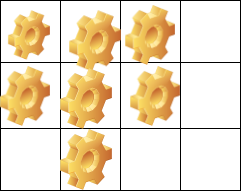
Earlier version of the draw.io export Untitled Diagram.png (CodeAlag/CodeAlag.github.io). Source tidied: cells renumbered, new cells last; positions are measured from the earlier drawing's top-left corner, leaving out a move shared by most shapes.
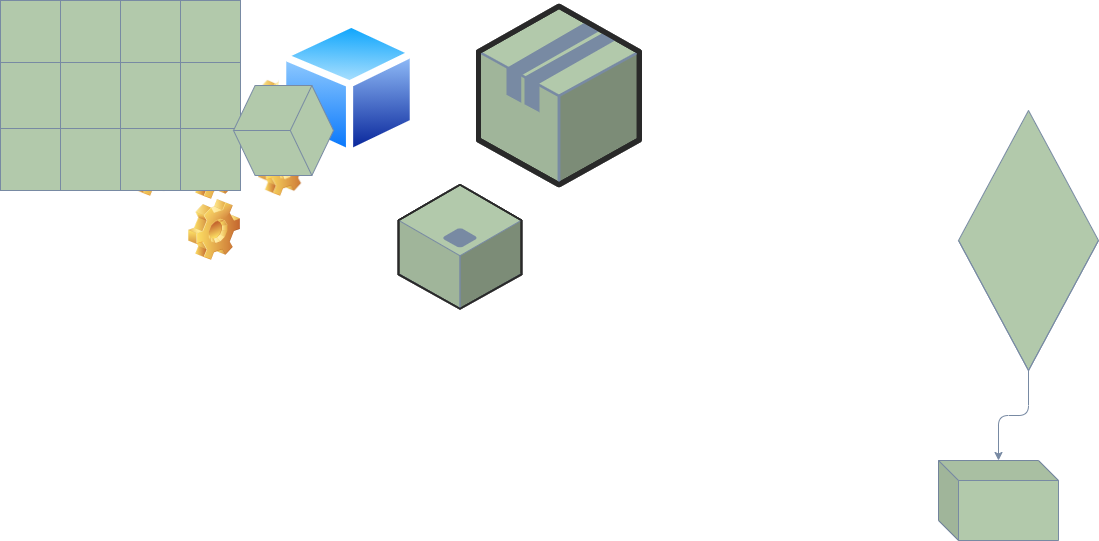
Later version of the same file.

What changed in the source:
```diff
@@ -2,74 +2,100 @@
   <root>
     <mxCell id="0" />
     <mxCell id="1" parent="0" />
+    <mxCell id="18" style="shape=image;html=1;verticalLabelPosition=bottom;verticalAlign=top;imageAspect=1;image=img/clipart/Gear_128x128.png;fillColor=#B2C9AB;strokeColor=#788AA3;fontColor=#46495D;" parent="1" vertex="1">
+      <mxGeometry x="7.9" y="10.3" width="42.1" height="49.4" as="geometry" />
+    </mxCell>
+    <mxCell id="19" style="shape=image;html=1;verticalLabelPosition=bottom;verticalAlign=top;imageAspect=0;image=img/clipart/Gear_128x128.png;fillColor=#B2C9AB;strokeColor=#788AA3;fontColor=#46495D;" parent="1" vertex="1">
+      <mxGeometry x="130" y="66" width="50" height="60" as="geometry" />
+    </mxCell>
+    <mxCell id="20" style="shape=image;html=1;verticalLabelPosition=bottom;verticalAlign=top;imageAspect=1;image=img/clipart/Gear_128x128.png;fillColor=#B2C9AB;strokeColor=#788AA3;fontColor=#46495D;" parent="1" vertex="1">
+      <mxGeometry x="60" y="129" width="52" height="61" as="geometry" />
+    </mxCell>
+    <mxCell id="21" style="shape=image;html=1;verticalLabelPosition=bottom;verticalAlign=top;imageAspect=0;image=img/clipart/Gear_128x128.png;fillColor=#B2C9AB;strokeColor=#788AA3;fontColor=#46495D;" parent="1" vertex="1">
+      <mxGeometry y="66" width="50" height="60" as="geometry" />
+    </mxCell>
+    <mxCell id="22" style="shape=image;html=1;verticalLabelPosition=bottom;verticalAlign=top;imageAspect=0;image=img/clipart/Gear_128x128.png;fillColor=#B2C9AB;strokeColor=#788AA3;fontColor=#46495D;" parent="1" vertex="1">
+      <mxGeometry x="125" y="5" width="50" height="60" as="geometry" />
+    </mxCell>
+    <mxCell id="24" style="shape=image;html=1;verticalLabelPosition=bottom;verticalAlign=top;imageAspect=1;image=img/clipart/Gear_128x128.png;fillColor=#B2C9AB;strokeColor=#788AA3;fontColor=#46495D;" parent="1" vertex="1">
+      <mxGeometry x="60" y="68" width="52" height="61" as="geometry" />
+    </mxCell>
+    <mxCell id="25" style="edgeStyle=orthogonalEdgeStyle;jettySize=auto;html=1;strokeColor=#788AA3;fontColor=#46495D;" parent="1" edge="1" source="26" target="33">
+      <mxGeometry relative="1" as="geometry" />
+    </mxCell>
+    <object id="26" label="" aw="w" f="f" placeholders="1" qwd="rewr" wrwre="qe">
+      <mxCell style="whiteSpace=wrap;html=1;shape=mxgraph.basic.isocube;isoAngle=53;comic=0;perimeter=rectanglePerimeter;fillColor=#B2C9AB;strokeColor=#788AA3;fontColor=#46495D;" parent="1" vertex="1" collapsed="1">
+        <mxGeometry x="830" y="40" width="140" height="260" as="geometry" />
+      </mxCell>
+    </object>
+    <mxCell id="27" style="perimeter=ellipsePerimeter;html=1;align=center;shadow=0;dashed=0;spacingTop=3;image;image=img/lib/active_directory/generic_node.svg;imageBackground=#ffffff;fillColor=#B2C9AB;strokeColor=#788AA3;fontColor=#46495D;" parent="1" vertex="1">
+      <mxGeometry x="150" y="-50" width="140" height="137.2" as="geometry" />
+    </mxCell>
-    <mxCell id="2" style="shape=table;html=1;whiteSpace=wrap;startSize=0;rowLines=1;columnLines=1;" parent="1" vertex="1">
-      <mxGeometry width="240" height="190" as="geometry" />
+    <mxCell id="2" style="shape=table;html=1;whiteSpace=wrap;startSize=0;rowLines=1;columnLines=1;fillColor=#B2C9AB;strokeColor=#788AA3;fontColor=#46495D;" parent="1" vertex="1">
+      <mxGeometry x="-128" y="-70" width="240" height="190" as="geometry" />
     </mxCell>
-    <mxCell id="3" style="shape=partialRectangle;html=1;whiteSpace=wrap;fillColor=none;top=0;left=0;bottom=0;right=0;" parent="2" vertex="1">
+    <mxCell id="3" style="shape=partialRectangle;html=1;whiteSpace=wrap;fillColor=none;top=0;left=0;bottom=0;right=0;strokeColor=#788AA3;fontColor=#46495D;" parent="2" vertex="1">
       <mxGeometry width="240" height="62" as="geometry" />
     </mxCell>
-    <mxCell id="4" style="shape=partialRectangle;html=1;whiteSpace=wrap;fillColor=none;top=0;left=0;bottom=0;right=0;overflow=hidden;" parent="3" vertex="1">
+    <mxCell id="4" style="shape=partialRectangle;html=1;whiteSpace=wrap;fillColor=none;top=0;left=0;bottom=0;right=0;overflow=hidden;strokeColor=#788AA3;fontColor=#46495D;" parent="3" vertex="1">
       <mxGeometry width="60" height="62" as="geometry" />
     </mxCell>
-    <mxCell id="5" style="shape=partialRectangle;html=1;whiteSpace=wrap;fillColor=none;top=0;left=0;bottom=0;right=0;overflow=hidden;" parent="3" vertex="1">
+    <mxCell id="5" style="shape=partialRectangle;html=1;whiteSpace=wrap;fillColor=none;top=0;left=0;bottom=0;right=0;overflow=hidden;strokeColor=#788AA3;fontColor=#46495D;" parent="3" vertex="1">
       <mxGeometry x="60" width="60" height="62" as="geometry" />
     </mxCell>
-    <mxCell id="6" style="shape=partialRectangle;html=1;whiteSpace=wrap;fillColor=none;top=0;left=0;bottom=0;right=0;overflow=hidden;" parent="3" vertex="1">
+    <mxCell id="6" style="shape=partialRectangle;html=1;whiteSpace=wrap;fillColor=none;top=0;left=0;bottom=0;right=0;overflow=hidden;strokeColor=#788AA3;fontColor=#46495D;" parent="3" vertex="1">
       <mxGeometry x="120" width="60" height="62" as="geometry" />
     </mxCell>
-    <mxCell id="7" style="shape=partialRectangle;html=1;whiteSpace=wrap;fillColor=none;top=0;left=0;bottom=0;right=0;overflow=hidden;" parent="3" vertex="1">
+    <mxCell id="7" style="shape=partialRectangle;html=1;whiteSpace=wrap;fillColor=none;top=0;left=0;bottom=0;right=0;overflow=hidden;strokeColor=#788AA3;fontColor=#46495D;" parent="3" vertex="1">
       <mxGeometry x="180" width="60" height="62" as="geometry" />
     </mxCell>
-    <mxCell id="8" style="shape=partialRectangle;html=1;whiteSpace=wrap;fillColor=none;top=0;left=0;bottom=0;right=0;" parent="2" vertex="1">
+    <mxCell id="8" style="shape=partialRectangle;html=1;whiteSpace=wrap;fillColor=none;top=0;left=0;bottom=0;right=0;strokeColor=#788AA3;fontColor=#46495D;" parent="2" vertex="1">
       <mxGeometry y="62" width="240" height="66" as="geometry" />
     </mxCell>
-    <mxCell id="9" style="shape=partialRectangle;html=1;whiteSpace=wrap;fillColor=none;top=0;left=0;bottom=0;right=0;overflow=hidden;" parent="8" vertex="1">
+    <mxCell id="9" style="shape=partialRectangle;html=1;whiteSpace=wrap;fillColor=none;top=0;left=0;bottom=0;right=0;overflow=hidden;strokeColor=#788AA3;fontColor=#46495D;" parent="8" vertex="1">
       <mxGeometry width="60" height="66" as="geometry" />
     </mxCell>
-    <mxCell id="10" style="shape=partialRectangle;html=1;whiteSpace=wrap;fillColor=none;top=0;left=0;bottom=0;right=0;overflow=hidden;" parent="8" vertex="1">
+    <mxCell id="10" style="shape=partialRectangle;html=1;whiteSpace=wrap;fillColor=none;top=0;left=0;bottom=0;right=0;overflow=hidden;strokeColor=#788AA3;fontColor=#46495D;" parent="8" vertex="1">
       <mxGeometry x="60" width="60" height="66" as="geometry" />
     </mxCell>
-    <mxCell id="11" style="shape=partialRectangle;html=1;whiteSpace=wrap;fillColor=none;top=0;left=0;bottom=0;right=0;overflow=hidden;" parent="8" vertex="1">
+    <mxCell id="11" style="shape=partialRectangle;html=1;whiteSpace=wrap;fillColor=none;top=0;left=0;bottom=0;right=0;overflow=hidden;strokeColor=#788AA3;fontColor=#46495D;" parent="8" vertex="1">
       <mxGeometry x="120" width="60" height="66" as="geometry" />
     </mxCell>
-    <mxCell id="12" style="shape=partialRectangle;html=1;whiteSpace=wrap;fillColor=none;top=0;left=0;bottom=0;right=0;overflow=hidden;" parent="8" vertex="1">
+    <mxCell id="12" style="shape=partialRectangle;html=1;whiteSpace=wrap;fillColor=none;top=0;left=0;bottom=0;right=0;overflow=hidden;strokeColor=#788AA3;fontColor=#46495D;" parent="8" vertex="1">
       <mxGeometry x="180" width="60" height="66" as="geometry" />
     </mxCell>
-    <mxCell id="13" style="shape=partialRectangle;html=1;whiteSpace=wrap;fillColor=none;top=0;left=0;bottom=0;right=0;" parent="2" vertex="1">
+    <mxCell id="13" style="shape=partialRectangle;html=1;whiteSpace=wrap;fillColor=none;top=0;left=0;bottom=0;right=0;strokeColor=#788AA3;fontColor=#46495D;" parent="2" vertex="1">
       <mxGeometry y="128" width="240" height="62" as="geometry" />
     </mxCell>
-    <mxCell id="14" style="shape=partialRectangle;html=1;whiteSpace=wrap;fillColor=none;top=0;left=0;bottom=0;right=0;overflow=hidden;" parent="13" vertex="1">
+    <mxCell id="14" style="shape=partialRectangle;html=1;whiteSpace=wrap;fillColor=none;top=0;left=0;bottom=0;right=0;overflow=hidden;strokeColor=#788AA3;fontColor=#46495D;" parent="13" vertex="1">
       <mxGeometry width="60" height="62" as="geometry" />
     </mxCell>
-    <mxCell id="15" style="shape=partialRectangle;html=1;whiteSpace=wrap;fillColor=none;top=0;left=0;bottom=0;right=0;overflow=hidden;" parent="13" vertex="1">
+    <mxCell id="15" style="shape=partialRectangle;html=1;whiteSpace=wrap;fillColor=none;top=0;left=0;bottom=0;right=0;overflow=hidden;strokeColor=#788AA3;fontColor=#46495D;" parent="13" vertex="1">
       <mxGeometry x="60" width="60" height="62" as="geometry" />
     </mxCell>
-    <mxCell id="16" style="shape=partialRectangle;html=1;whiteSpace=wrap;fillColor=none;top=0;left=0;bottom=0;right=0;overflow=hidden;" parent="13" vertex="1">
+    <mxCell id="16" style="shape=partialRectangle;html=1;whiteSpace=wrap;fillColor=none;top=0;left=0;bottom=0;right=0;overflow=hidden;strokeColor=#788AA3;fontColor=#46495D;" parent="13" vertex="1">
       <mxGeometry x="120" width="60" height="62" as="geometry" />
     </mxCell>
-    <mxCell id="17" style="shape=partialRectangle;html=1;whiteSpace=wrap;fillColor=none;top=0;left=0;bottom=0;right=0;overflow=hidden;" parent="13" vertex="1">
+    <mxCell id="17" style="shape=partialRectangle;html=1;whiteSpace=wrap;fillColor=none;top=0;left=0;bottom=0;right=0;overflow=hidden;strokeColor=#788AA3;fontColor=#46495D;" parent="13" vertex="1">
       <mxGeometry x="180" width="60" height="62" as="geometry" />
     </mxCell>
-    <mxCell id="18" style="shape=image;html=1;verticalLabelPosition=bottom;verticalAlign=top;imageAspect=1;image=img/clipart/Gear_128x128.png;" parent="1" vertex="1">
-      <mxGeometry x="7.9" y="10.3" width="42.1" height="49.4" as="geometry" />
-    </mxCell>
-    <mxCell id="19" style="shape=image;html=1;verticalLabelPosition=bottom;verticalAlign=top;imageAspect=0;image=img/clipart/Gear_128x128.png;" parent="1" vertex="1">
-      <mxGeometry x="130" y="66" width="50" height="60" as="geometry" />
-    </mxCell>
-    <mxCell id="20" style="shape=image;html=1;verticalLabelPosition=bottom;verticalAlign=top;imageAspect=1;image=img/clipart/Gear_128x128.png;" parent="1" vertex="1">
-      <mxGeometry x="60" y="129" width="52" height="61" as="geometry" />
-    </mxCell>
-    <mxCell id="21" style="shape=image;html=1;verticalLabelPosition=bottom;verticalAlign=top;imageAspect=0;image=img/clipart/Gear_128x128.png;" parent="1" vertex="1">
-      <mxGeometry y="66" width="50" height="60" as="geometry" />
-    </mxCell>
-    <mxCell id="22" style="shape=image;html=1;verticalLabelPosition=bottom;verticalAlign=top;imageAspect=0;image=img/clipart/Gear_128x128.png;" parent="1" vertex="1">
-      <mxGeometry x="125" y="5" width="50" height="60" as="geometry" />
-    </mxCell>
-    <mxCell id="23" style="shape=image;html=1;verticalLabelPosition=bottom;verticalAlign=top;imageAspect=1;image=img/clipart/Gear_128x128.png;" parent="1" vertex="1">
-      <mxGeometry x="69" y="10.3" width="52" height="61" as="geometry" />
-    </mxCell>
-    <mxCell id="24" style="shape=image;html=1;verticalLabelPosition=bottom;verticalAlign=top;imageAspect=1;image=img/clipart/Gear_128x128.png;" parent="1" vertex="1">
-      <mxGeometry x="60" y="68" width="52" height="61" as="geometry" />
-    </mxCell>
+    <mxCell id="28" style="perimeter=ellipsePerimeter;html=1;align=center;shadow=0;dashed=0;spacingTop=3;image;image=img/lib/active_directory/user.svg;fillColor=#B2C9AB;strokeColor=#788AA3;fontColor=#46495D;" parent="1" vertex="1">
+      <mxGeometry x="150" y="40" width="18.5" height="50" as="geometry" />
+    </mxCell>
+    <mxCell id="29" style="verticalLabelPosition=bottom;html=1;verticalAlign=top;strokeWidth=1;align=center;dashed=0;shape=mxgraph.aws3d.application;fillColor=#B2C9AB;strokeColor=#788AA3;fontColor=#46495D;" parent="1" vertex="1">
+      <mxGeometry x="350" y="-64.2" width="160.8" height="178.5" as="geometry" />
+    </mxCell>
+    <mxCell id="30" style="verticalLabelPosition=bottom;html=1;verticalAlign=top;strokeWidth=1;align=center;dashed=0;shape=mxgraph.aws3d.application2;fillColor=#B2C9AB;strokeColor=#788AA3;fontColor=#46495D;" parent="1" vertex="1">
+      <mxGeometry x="120" y="40" width="62" height="53" as="geometry" />
+    </mxCell>
+    <mxCell id="31" style="verticalLabelPosition=bottom;html=1;verticalAlign=top;strokeWidth=1;align=center;dashed=0;shape=mxgraph.aws3d.application_server;fillColor=#B2C9AB;strokeColor=#788AA3;fontColor=#46495D;" parent="1" vertex="1">
+      <mxGeometry x="270" y="114.2" width="123" height="124" as="geometry" />
+    </mxCell>
+    <mxCell id="32" style="html=1;whiteSpace=wrap;shape=isoCube2;backgroundOutline=1;isoAngle=15;direction=south;fillColor=#B2C9AB;strokeColor=#788AA3;fontColor=#46495D;" parent="1" vertex="1">
+      <mxGeometry x="105" y="15" width="100" height="90" as="geometry" />
+    </mxCell>
+    <mxCell id="33" style="shape=cube;whiteSpace=wrap;html=1;boundedLbl=1;backgroundOutline=1;darkOpacity=0.05;darkOpacity2=0.1;comic=0;fillColor=#B2C9AB;strokeColor=#788AA3;fontColor=#46495D;" parent="1" vertex="1">
+      <mxGeometry x="810" y="390" width="120" height="80" as="geometry" />
+    </mxCell>
   </root>
 </mxGraphModel>
```
